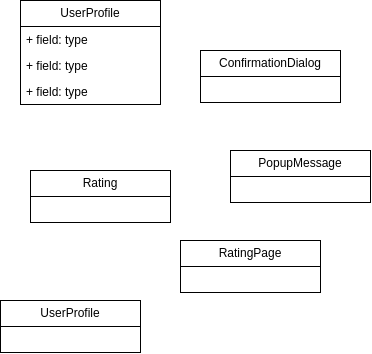
Earlier version of the draw.io export reports/rate-user-domain.drawio.png (YannisRavasopoulos/ProjectSD_S6). Source tidied: cells renumbered, new cells last; positions are measured from the earlier drawing's top-left corner, leaving out a move shared by most shapes.
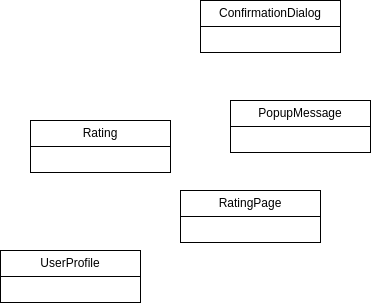
After the change.

Diff of the diagram source:
```diff
@@ -1,22 +1,10 @@
-<mxGraphModel>
+<mxGraphModel background="#ffffff">
   <root>
     <mxCell id="0" />
     <mxCell id="1" parent="0" />
     <mxCell id="2" value="Rating" style="swimlane;fontStyle=0;horizontal=1;startSize=26;fillColor=none;whiteSpace=wrap;html=1;" parent="1" vertex="1">
       <mxGeometry x="30" y="170" width="140" height="52" as="geometry" />
     </mxCell>
-    <mxCell id="3" value="UserProfile" style="swimlane;fontStyle=0;horizontal=1;startSize=26;fillColor=none;whiteSpace=wrap;html=1;" parent="1" vertex="1">
-      <mxGeometry x="20" width="140" height="104" as="geometry" />
-    </mxCell>
-    <mxCell id="4" value="+ field: type" style="text;strokeColor=none;fillColor=none;align=left;verticalAlign=top;spacingLeft=4;spacingRight=4;overflow=hidden;whiteSpace=wrap;html=1;" parent="3" vertex="1">
-      <mxGeometry y="26" width="140" height="26" as="geometry" />
-    </mxCell>
-    <mxCell id="5" value="+ field: type" style="text;strokeColor=none;fillColor=none;align=left;verticalAlign=top;spacingLeft=4;spacingRight=4;overflow=hidden;whiteSpace=wrap;html=1;" parent="3" vertex="1">
-      <mxGeometry y="52" width="140" height="26" as="geometry" />
-    </mxCell>
-    <mxCell id="6" value="+ field: type" style="text;strokeColor=none;fillColor=none;align=left;verticalAlign=top;spacingLeft=4;spacingRight=4;overflow=hidden;whiteSpace=wrap;html=1;" parent="3" vertex="1">
-      <mxGeometry y="78" width="140" height="26" as="geometry" />
-    </mxCell>
     <mxCell id="7" value="ConfirmationDialog" style="swimlane;fontStyle=0;horizontal=1;startSize=26;fillColor=none;whiteSpace=wrap;html=1;" parent="1" vertex="1">
       <mxGeometry x="200" y="50" width="140" height="52" as="geometry" />
     </mxCell>
```
